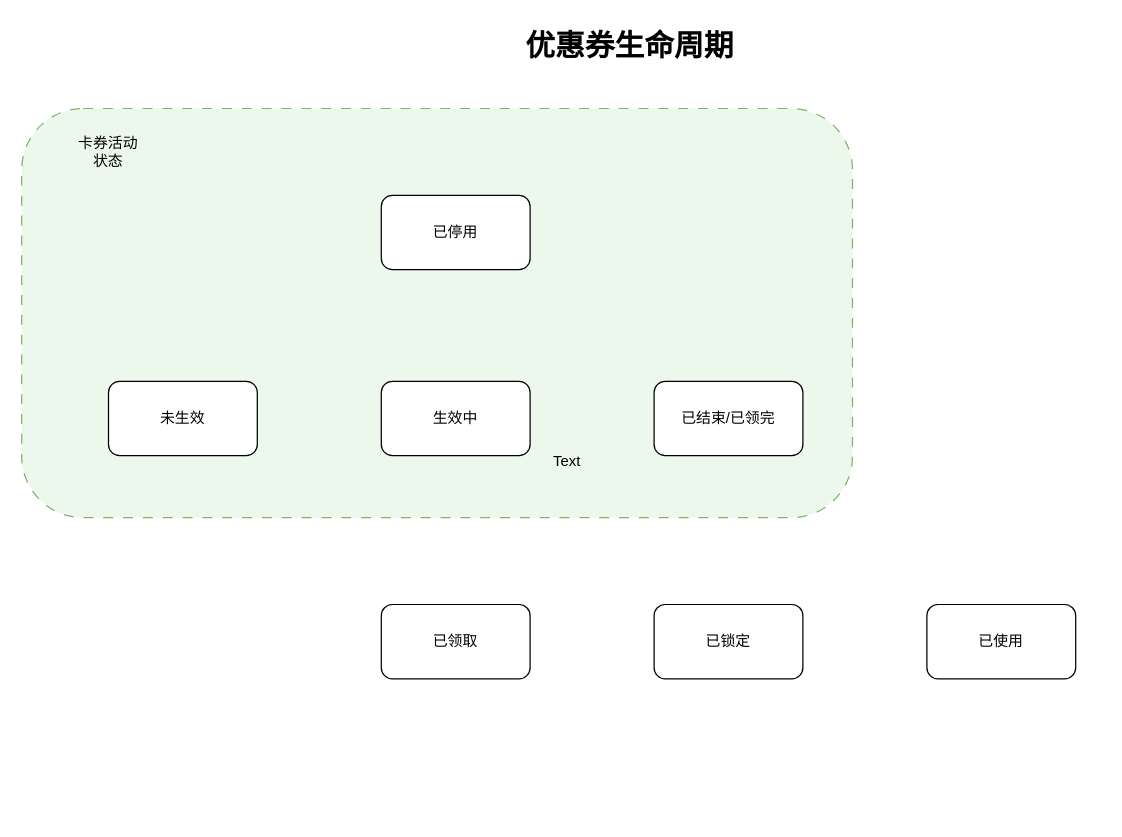
This is 未命名绘图.drawio from SteveGlory/steveglory.github.io, a draw.io file, before an edit. Source tidied: cells renumbered, new cells numbered last; positions are measured from the earlier drawing's top-left corner, leaving out a move shared by most shapes. Both pictures are drawn from the tidied source at 124%, with x=0, y=0 at pixel (21, 21).
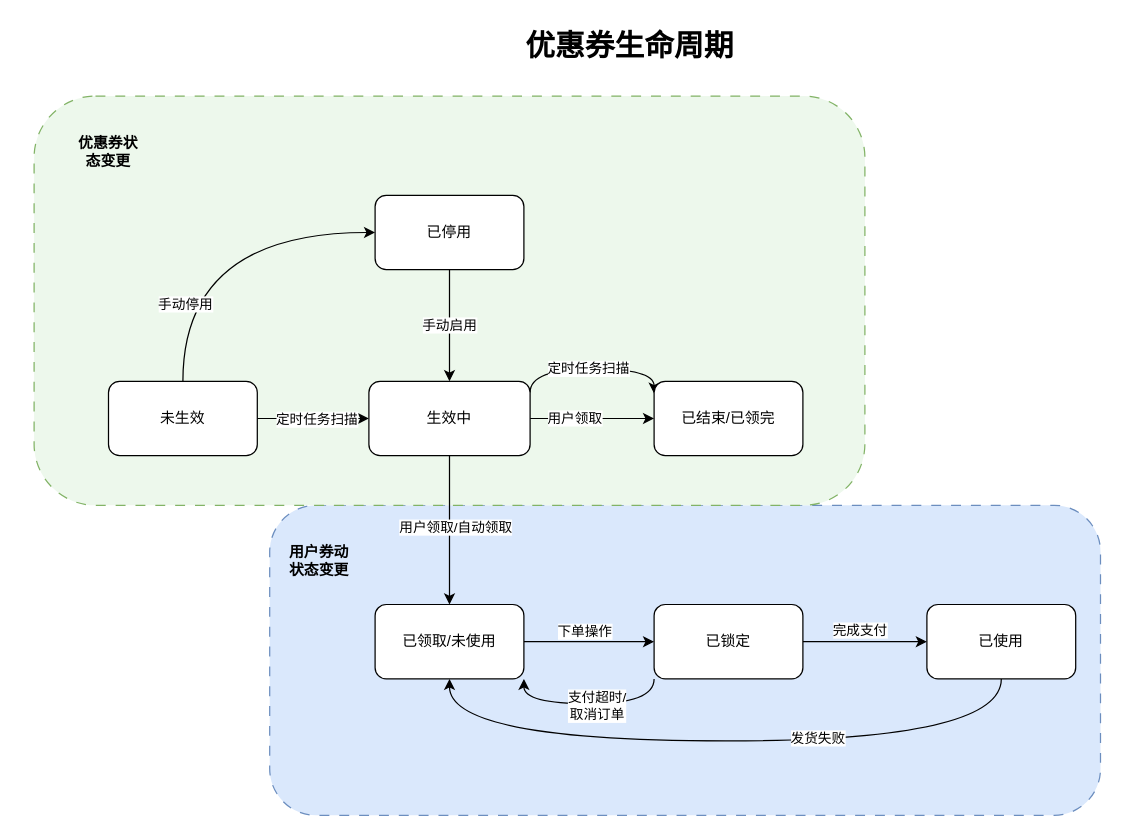
After the change.

Commit message:
优惠券生命周期.drawio

The change refers to these unchanged cells:
```xml
<mxCell id="4" value="未生效" style="rounded=1;whiteSpace=wrap;html=1;" parent="1" vertex="1">
  <mxGeometry x="70" y="290" width="120" height="60" as="geometry" />
</mxCell>
<mxCell id="7" value="已锁定" style="rounded=1;whiteSpace=wrap;html=1;" parent="1" vertex="1">
  <mxGeometry x="510" y="470" width="120" height="60" as="geometry" />
</mxCell>
<mxCell id="8" value="已使用" style="rounded=1;whiteSpace=wrap;html=1;" parent="1" vertex="1">
  <mxGeometry x="730" y="470" width="120" height="60" as="geometry" />
</mxCell>
<mxCell id="9" value="已结束/已领完" style="rounded=1;whiteSpace=wrap;html=1;" parent="1" vertex="1">
  <mxGeometry x="510" y="290" width="120" height="60" as="geometry" />
</mxCell>
```

Diff of the diagram source:
```diff
@@
+    <mxCell id="13" style="rounded=1;whiteSpace=wrap;html=1;fillColor=#dae8fc;strokeColor=#6c8ebf;dashed=1;dashPattern=8 8;" parent="1" vertex="1">
+      <mxGeometry x="200" y="390" width="670" height="250" as="geometry" />
+    </mxCell>
     <mxCell id="2" style="rounded=1;whiteSpace=wrap;html=1;fillColor=#edf8ec;strokeColor=#82b366;dashed=1;dashPattern=8 8;" parent="1" vertex="1">
-      <mxGeometry y="70" width="670" height="330" as="geometry" />
+      <mxGeometry x="10" y="60" width="670" height="330" as="geometry" />
     </mxCell>
@@
+    <mxCell id="14" style="edgeStyle=orthogonalEdgeStyle;rounded=0;jettySize=auto;html=1;exitX=0.5;exitY=0;exitDx=0;exitDy=0;entryX=0;entryY=0.5;entryDx=0;entryDy=0;curved=1;" parent="1" edge="1" source="4" target="10">
+      <mxGeometry relative="1" as="geometry" />
+    </mxCell>
+    <mxCell id="15" value="手动停用" style="edgeLabel;html=1;align=center;verticalAlign=middle;" parent="14" vertex="1">
+      <mxGeometry x="-0.54" y="-1" relative="1" as="geometry" />
+    </mxCell>
+    <mxCell id="16" style="edgeStyle=orthogonalEdgeStyle;rounded=0;jettySize=auto;html=1;" parent="1" edge="1" source="4" target="5">
+      <mxGeometry relative="1" as="geometry" />
+    </mxCell>
+    <mxCell id="17" value="定时任务扫描" style="edgeLabel;html=1;align=center;verticalAlign=middle;" parent="16" vertex="1">
+      <mxGeometry x="0.04" relative="1" as="geometry" />
+    </mxCell>
@@
+    <mxCell id="18" style="edgeStyle=orthogonalEdgeStyle;rounded=0;jettySize=auto;html=1;" parent="1" edge="1" source="5" target="9">
+      <mxGeometry relative="1" as="geometry" />
+    </mxCell>
+    <mxCell id="19" value="用户领取" style="edgeLabel;html=1;align=center;verticalAlign=middle;" parent="18" vertex="1">
+      <mxGeometry x="-0.3" y="1" relative="1" as="geometry" />
+    </mxCell>
+    <mxCell id="20" style="edgeStyle=orthogonalEdgeStyle;rounded=0;jettySize=auto;html=1;exitX=1;exitY=0.15;exitDx=0;exitDy=0;curved=1;exitPerimeter=0;" parent="1" edge="1" source="5">
+      <mxGeometry relative="1" as="geometry">
+        <mxPoint x="510" y="300" as="targetPoint" />
+        <Array as="points">
+          <mxPoint x="410" y="280" />
+          <mxPoint x="510" y="280" />
+        </Array>
+      </mxGeometry>
+    </mxCell>
+    <mxCell id="21" value="定时任务扫描" style="edgeLabel;html=1;align=center;verticalAlign=middle;" parent="20" vertex="1">
+      <mxGeometry x="-0.07" y="1" relative="1" as="geometry" />
+    </mxCell>
+    <mxCell id="22" style="edgeStyle=orthogonalEdgeStyle;rounded=0;jettySize=auto;html=1;entryX=0.5;entryY=0;entryDx=0;entryDy=0;" parent="1" edge="1" source="5" target="6">
+      <mxGeometry relative="1" as="geometry" />
+    </mxCell>
+    <mxCell id="23" value="用户领取/自动领取" style="edgeLabel;html=1;align=center;verticalAlign=middle;" parent="22" vertex="1">
+      <mxGeometry x="-0.05" y="4" relative="1" as="geometry" />
+    </mxCell>
     <mxCell id="5" value="生效中" style="rounded=1;whiteSpace=wrap;html=1;" parent="1" vertex="1">
-      <mxGeometry x="290" y="290" width="120" height="60" as="geometry" />
+      <mxGeometry x="280" y="290" width="130" height="60" as="geometry" />
     </mxCell>
+    <mxCell id="24" style="edgeStyle=orthogonalEdgeStyle;rounded=0;jettySize=auto;html=1;" parent="1" edge="1" source="6" target="7">
+      <mxGeometry relative="1" as="geometry" />
+    </mxCell>
+    <mxCell id="25" value="下单操作" style="edgeLabel;html=1;align=center;verticalAlign=middle;" parent="24" vertex="1">
+      <mxGeometry x="-0.14" y="-4" relative="1" as="geometry">
+        <mxPoint x="3" y="-13" as="offset" />
+      </mxGeometry>
+    </mxCell>
-    <mxCell id="6" value="已领取" style="rounded=1;whiteSpace=wrap;html=1;" parent="1" vertex="1">
-      <mxGeometry x="290" y="470" width="120" height="60" as="geometry" />
+    <mxCell id="6" value="已领取/未使用" style="rounded=1;whiteSpace=wrap;html=1;" parent="1" vertex="1">
+      <mxGeometry x="285" y="470" width="120" height="60" as="geometry" />
     </mxCell>
+    <mxCell id="26" style="edgeStyle=orthogonalEdgeStyle;rounded=0;jettySize=auto;html=1;" parent="1" edge="1" source="7" target="8">
+      <mxGeometry relative="1" as="geometry" />
+    </mxCell>
+    <mxCell id="27" value="完成支付" style="edgeLabel;html=1;align=center;verticalAlign=middle;" parent="26" vertex="1">
+      <mxGeometry x="-0.26" y="3" relative="1" as="geometry">
+        <mxPoint x="8" y="-7" as="offset" />
+      </mxGeometry>
+    </mxCell>
@@
+    <mxCell id="28" style="edgeStyle=orthogonalEdgeStyle;rounded=0;jettySize=auto;html=1;entryX=0.5;entryY=1;entryDx=0;entryDy=0;curved=1;" parent="1" edge="1" source="8" target="6">
+      <mxGeometry relative="1" as="geometry">
+        <Array as="points">
+          <mxPoint x="790" y="580" />
+          <mxPoint x="345" y="580" />
+        </Array>
+      </mxGeometry>
+    </mxCell>
+    <mxCell id="29" value="发货失败" style="edgeLabel;html=1;align=center;verticalAlign=middle;" parent="28" vertex="1">
+      <mxGeometry x="-0.27" y="-3" relative="1" as="geometry" />
+    </mxCell>
@@
+    <mxCell id="30" value="手动启用" style="edgeStyle=orthogonalEdgeStyle;rounded=0;jettySize=auto;html=1;" parent="1" edge="1" source="10" target="5">
+      <mxGeometry relative="1" as="geometry" />
+    </mxCell>
     <mxCell id="10" value="已停用" style="rounded=1;whiteSpace=wrap;html=1;" parent="1" vertex="1">
-      <mxGeometry x="290" y="140" width="120" height="60" as="geometry" />
+      <mxGeometry x="285" y="140" width="120" height="60" as="geometry" />
     </mxCell>
-    <mxCell id="11" value="Text" style="text;html=1;align=center;verticalAlign=middle;whiteSpace=wrap;rounded=0;" parent="1" vertex="1">
-      <mxGeometry x="410" y="340" width="60" height="30" as="geometry" />
-    </mxCell>
-    <mxCell id="12" value="卡券活动&lt;div&gt;&lt;span style=&quot;background-color: initial;&quot;&gt;状态&lt;/span&gt;&lt;br&gt;&lt;/div&gt;" style="text;html=1;align=center;verticalAlign=middle;whiteSpace=wrap;rounded=0;" parent="1" vertex="1">
+    <mxCell id="12" value="优惠券&lt;span style=&quot;background-color: initial;&quot;&gt;状态变更&lt;/span&gt;" style="text;html=1;align=center;verticalAlign=middle;whiteSpace=wrap;rounded=0;fontStyle=1;" parent="1" vertex="1">
       <mxGeometry x="40" y="90" width="60" height="30" as="geometry" />
     </mxCell>
+    <mxCell id="31" value="用户券动&lt;div&gt;&lt;span style=&quot;background-color: initial;&quot;&gt;状态变更&lt;/span&gt;&lt;br&gt;&lt;/div&gt;" style="text;html=1;align=center;verticalAlign=middle;whiteSpace=wrap;rounded=0;fontStyle=1;" parent="1" vertex="1">
+      <mxGeometry x="210" y="420" width="60" height="30" as="geometry" />
+    </mxCell>
+    <mxCell id="32" style="edgeStyle=orthogonalEdgeStyle;rounded=0;jettySize=auto;html=1;entryX=1;entryY=1;entryDx=0;entryDy=0;curved=1;exitX=0;exitY=1;exitDx=0;exitDy=0;" parent="1" edge="1" source="7" target="6">
+      <mxGeometry relative="1" as="geometry" />
+    </mxCell>
+    <mxCell id="33" value="支付超时/&lt;div&gt;取消订单&lt;/div&gt;" style="edgeLabel;html=1;align=center;verticalAlign=middle;" parent="32" vertex="1">
+      <mxGeometry x="-0.07" y="1" relative="1" as="geometry" />
+    </mxCell>
```
